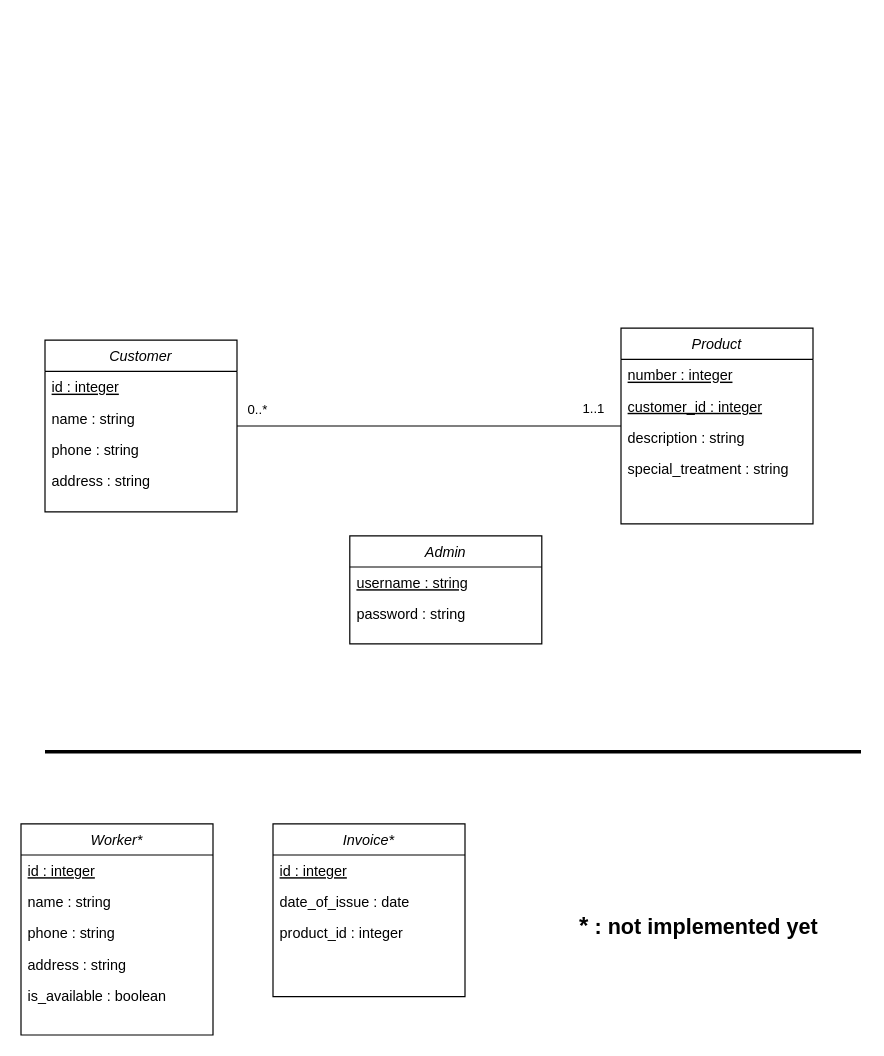
This is assets/diagrams/UML.drawio from izzat-najah-edu/carpet-cleaning-service-management, a draw.io file, before an edit. Source tidied: cells renumbered, new cells numbered last; positions are measured from the earlier drawing's top-left corner, leaving out a move shared by most shapes. Both pictures are drawn from the tidied source at 120%, with x=0, y=0 at pixel (20, 328).
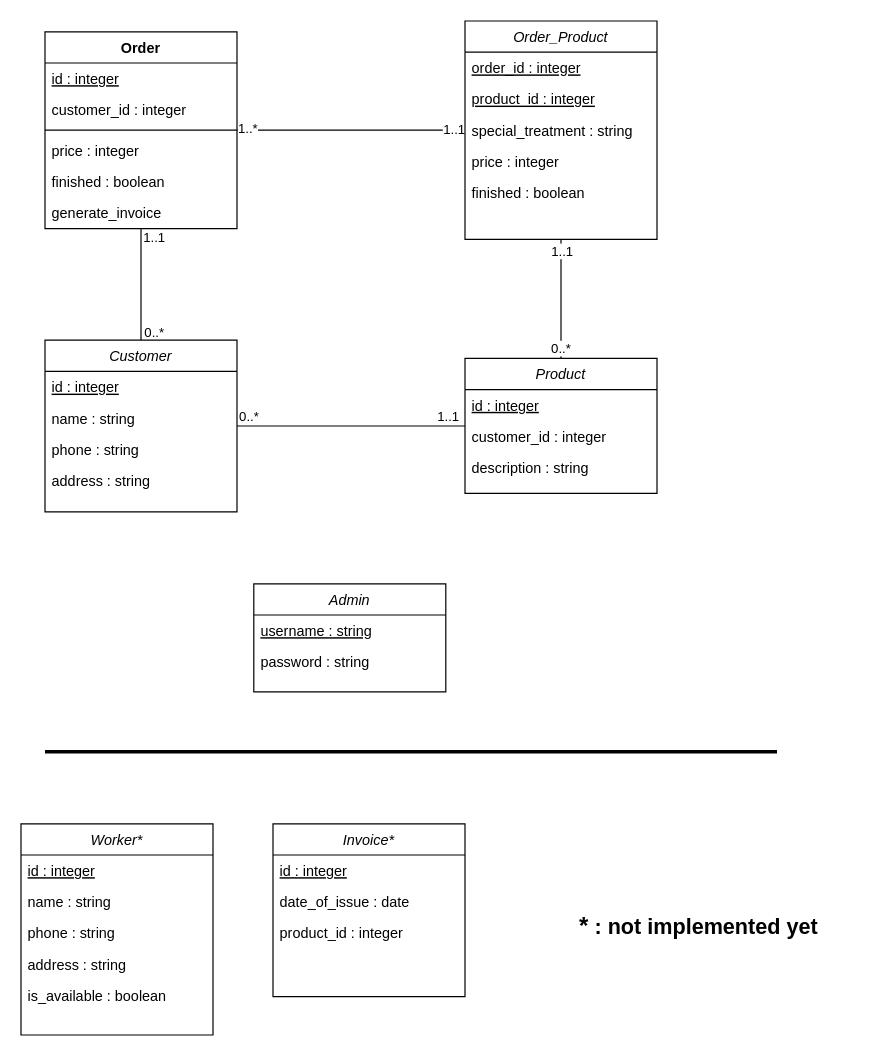
After the change.

Unchanged cells that the change refers to:
```xml
<mxCell id="2" style="edgeStyle=orthogonalEdgeStyle;rounded=0;jettySize=auto;html=1;endArrow=none;endFill=0;" parent="1" edge="1" source="5" target="10">
  <mxGeometry relative="1" as="geometry" />
</mxCell>
<mxCell id="5" value="Customer" style="swimlane;fontStyle=2;align=center;verticalAlign=top;horizontal=1;startSize=26;rounded=0;shadow=0;strokeWidth=1;" parent="1" vertex="1">
  <mxGeometry x="20" y="10" width="160" height="143" as="geometry" />
</mxCell>
```

Change to the diagram source:
```diff
@@
     <mxCell id="3" value="0..*" style="edgeLabel;html=1;align=center;verticalAlign=middle;" parent="2" vertex="1">
       <mxGeometry x="-0.9" y="1" relative="1" as="geometry">
-        <mxPoint y="-13" as="offset" />
+        <mxPoint y="-7" as="offset" />
       </mxGeometry>
     </mxCell>
     <mxCell id="4" value="1..1" style="edgeLabel;html=1;align=center;verticalAlign=middle;" parent="2" vertex="1">
       <mxGeometry x="0.89" y="1" relative="1" as="geometry">
-        <mxPoint x="-6" y="-14" as="offset" />
+        <mxPoint x="-5" y="-7" as="offset" />
       </mxGeometry>
     </mxCell>
+    <mxCell id="30" style="edgeStyle=orthogonalEdgeStyle;rounded=0;jettySize=auto;html=1;endArrow=none;endFill=0;" parent="1" edge="1" source="5" target="36">
+      <mxGeometry relative="1" as="geometry" />
+    </mxCell>
+    <mxCell id="31" value="0..*" style="edgeLabel;html=1;align=center;verticalAlign=middle;" parent="30" vertex="1">
+      <mxGeometry x="-0.85" relative="1" as="geometry">
+        <mxPoint x="10" as="offset" />
+      </mxGeometry>
+    </mxCell>
+    <mxCell id="32" value="1..1" style="edgeLabel;html=1;align=center;verticalAlign=middle;" parent="30" vertex="1">
+      <mxGeometry x="0.84" y="-1" relative="1" as="geometry">
+        <mxPoint x="9" as="offset" />
+      </mxGeometry>
+    </mxCell>
@@
     <mxCell id="10" value="Product" style="swimlane;fontStyle=2;align=center;verticalAlign=top;horizontal=1;startSize=26;rounded=0;shadow=0;strokeWidth=1;" parent="1" vertex="1">
-      <mxGeometry x="500" width="160" height="163" as="geometry" />
+      <mxGeometry x="370" y="25.2" width="160" height="112.5" as="geometry" />
     </mxCell>
-    <mxCell id="11" value="number : integer" style="text;align=left;verticalAlign=top;spacingLeft=4;spacingRight=4;overflow=hidden;fontStyle=4;" parent="10" vertex="1">
+    <mxCell id="11" value="id : integer" style="text;align=left;verticalAlign=top;spacingLeft=4;spacingRight=4;overflow=hidden;fontStyle=4;" parent="10" vertex="1">
       <mxGeometry y="26" width="160" height="26" as="geometry" />
     </mxCell>
-    <mxCell id="12" value="customer_id : integer" style="text;align=left;verticalAlign=top;spacingLeft=4;spacingRight=4;overflow=hidden;fontStyle=4;" parent="10" vertex="1">
+    <mxCell id="12" value="customer_id : integer" style="text;align=left;verticalAlign=top;spacingLeft=4;spacingRight=4;overflow=hidden;fontStyle=0;" parent="10" vertex="1">
       <mxGeometry y="52" width="160" height="26" as="geometry" />
     </mxCell>
@@
-    <mxCell id="14" value="special_treatment : string" style="text;align=left;verticalAlign=top;spacingLeft=4;spacingRight=4;overflow=hidden;rounded=0;shadow=0;html=0;" parent="10" vertex="1">
-      <mxGeometry y="104" width="160" height="26" as="geometry" />
-    </mxCell>
@@
     <mxCell id="25" value="Admin" style="swimlane;fontStyle=2;align=center;verticalAlign=top;horizontal=1;startSize=26;rounded=0;shadow=0;strokeWidth=1;" parent="1" vertex="1">
-      <mxGeometry x="274" y="173" width="160" height="90" as="geometry" />
+      <mxGeometry x="194" y="213" width="160" height="90" as="geometry" />
     </mxCell>
@@
     <mxCell id="29" style="endArrow=none;html=1;rounded=0;fontSize=20;fontStyle=0;strokeWidth=3;" parent="1" edge="1">
       <mxGeometry relative="1" as="geometry">
         <mxPoint x="20" y="353" as="sourcePoint" />
-        <mxPoint x="700" y="353" as="targetPoint" />
+        <mxPoint x="630" y="353" as="targetPoint" />
       </mxGeometry>
     </mxCell>
+    <mxCell id="33" style="edgeStyle=orthogonalEdgeStyle;rounded=0;jettySize=auto;html=1;endArrow=none;endFill=0;" parent="1" edge="1" source="36" target="46">
+      <mxGeometry relative="1" as="geometry" />
+    </mxCell>
+    <mxCell id="34" value="1..*" style="edgeLabel;html=1;align=center;verticalAlign=middle;" parent="33" vertex="1">
+      <mxGeometry x="-0.92" relative="1" as="geometry">
+        <mxPoint y="-2" as="offset" />
+      </mxGeometry>
+    </mxCell>
+    <mxCell id="35" value="1..1" style="edgeLabel;html=1;align=center;verticalAlign=middle;" parent="33" vertex="1">
+      <mxGeometry x="0.89" y="1" relative="1" as="geometry" />
+    </mxCell>
+    <mxCell id="36" value="Order" style="swimlane;fontStyle=1;align=center;verticalAlign=top;horizontal=1;startSize=26;" parent="1" vertex="1">
+      <mxGeometry x="20" y="-247" width="160" height="164" as="geometry" />
+    </mxCell>
+    <mxCell id="37" value="id : integer" style="text;strokeColor=none;fillColor=none;align=left;verticalAlign=top;spacingLeft=4;spacingRight=4;overflow=hidden;fontStyle=4;" parent="36" vertex="1">
+      <mxGeometry y="26" width="160" height="26" as="geometry" />
+    </mxCell>
+    <mxCell id="38" value="customer_id : integer" style="text;strokeColor=none;fillColor=none;align=left;verticalAlign=top;spacingLeft=4;spacingRight=4;overflow=hidden;fontStyle=0;" parent="36" vertex="1">
+      <mxGeometry y="52" width="160" height="26" as="geometry" />
+    </mxCell>
+    <mxCell id="39" style="line;strokeWidth=1;fillColor=none;align=left;verticalAlign=middle;spacingTop=-1;spacingLeft=3;spacingRight=3;labelPosition=right;strokeColor=inherit;" parent="36" vertex="1">
+      <mxGeometry y="78" width="160" height="8" as="geometry" />
+    </mxCell>
+    <mxCell id="40" value="price : integer" style="text;strokeColor=none;fillColor=none;align=left;verticalAlign=top;spacingLeft=4;spacingRight=4;overflow=hidden;" parent="36" vertex="1">
+      <mxGeometry y="86" width="160" height="26" as="geometry" />
+    </mxCell>
+    <mxCell id="41" value="finished : boolean" style="text;strokeColor=none;fillColor=none;align=left;verticalAlign=top;spacingLeft=4;spacingRight=4;overflow=hidden;" parent="36" vertex="1">
+      <mxGeometry y="112" width="160" height="26" as="geometry" />
+    </mxCell>
+    <mxCell id="42" value="generate_invoice" style="text;strokeColor=none;fillColor=none;align=left;verticalAlign=top;spacingLeft=4;spacingRight=4;overflow=hidden;" parent="36" vertex="1">
+      <mxGeometry y="138" width="160" height="26" as="geometry" />
+    </mxCell>
+    <mxCell id="43" style="edgeStyle=orthogonalEdgeStyle;rounded=0;jettySize=auto;html=1;endArrow=none;endFill=0;" parent="1" edge="1" source="46" target="10">
+      <mxGeometry relative="1" as="geometry" />
+    </mxCell>
+    <mxCell id="44" value="1..1" style="edgeLabel;html=1;align=center;verticalAlign=middle;" parent="43" vertex="1">
+      <mxGeometry x="-0.82" relative="1" as="geometry" />
+    </mxCell>
+    <mxCell id="45" value="0..*" style="edgeLabel;html=1;align=center;verticalAlign=middle;" parent="43" vertex="1">
+      <mxGeometry x="0.82" y="-1" relative="1" as="geometry" />
+    </mxCell>
+    <mxCell id="46" value="Order_Product" style="swimlane;fontStyle=2;align=center;verticalAlign=top;horizontal=1;startSize=26;rounded=0;shadow=0;strokeWidth=1;" parent="1" vertex="1">
+      <mxGeometry x="370" y="-256" width="160" height="182" as="geometry" />
+    </mxCell>
+    <mxCell id="47" value="order_id : integer" style="text;align=left;verticalAlign=top;spacingLeft=4;spacingRight=4;overflow=hidden;fontStyle=4;" parent="46" vertex="1">
+      <mxGeometry y="26" width="160" height="26" as="geometry" />
+    </mxCell>
+    <mxCell id="48" value="product_id : integer" style="text;align=left;verticalAlign=top;spacingLeft=4;spacingRight=4;overflow=hidden;fontStyle=4;" parent="46" vertex="1">
+      <mxGeometry y="52" width="160" height="26" as="geometry" />
+    </mxCell>
+    <mxCell id="14" value="special_treatment : string" style="text;align=left;verticalAlign=top;spacingLeft=4;spacingRight=4;overflow=hidden;rounded=0;shadow=0;html=0;" parent="46" vertex="1">
+      <mxGeometry y="78" width="160" height="26" as="geometry" />
+    </mxCell>
+    <mxCell id="49" value="price : integer" style="text;align=left;verticalAlign=top;spacingLeft=4;spacingRight=4;overflow=hidden;rounded=0;shadow=0;html=0;" parent="46" vertex="1">
+      <mxGeometry y="104" width="160" height="26" as="geometry" />
+    </mxCell>
+    <mxCell id="50" value="finished : boolean" style="text;align=left;verticalAlign=top;spacingLeft=4;spacingRight=4;overflow=hidden;rounded=0;shadow=0;html=0;" parent="46" vertex="1">
+      <mxGeometry y="130" width="160" height="26" as="geometry" />
+    </mxCell>
```
